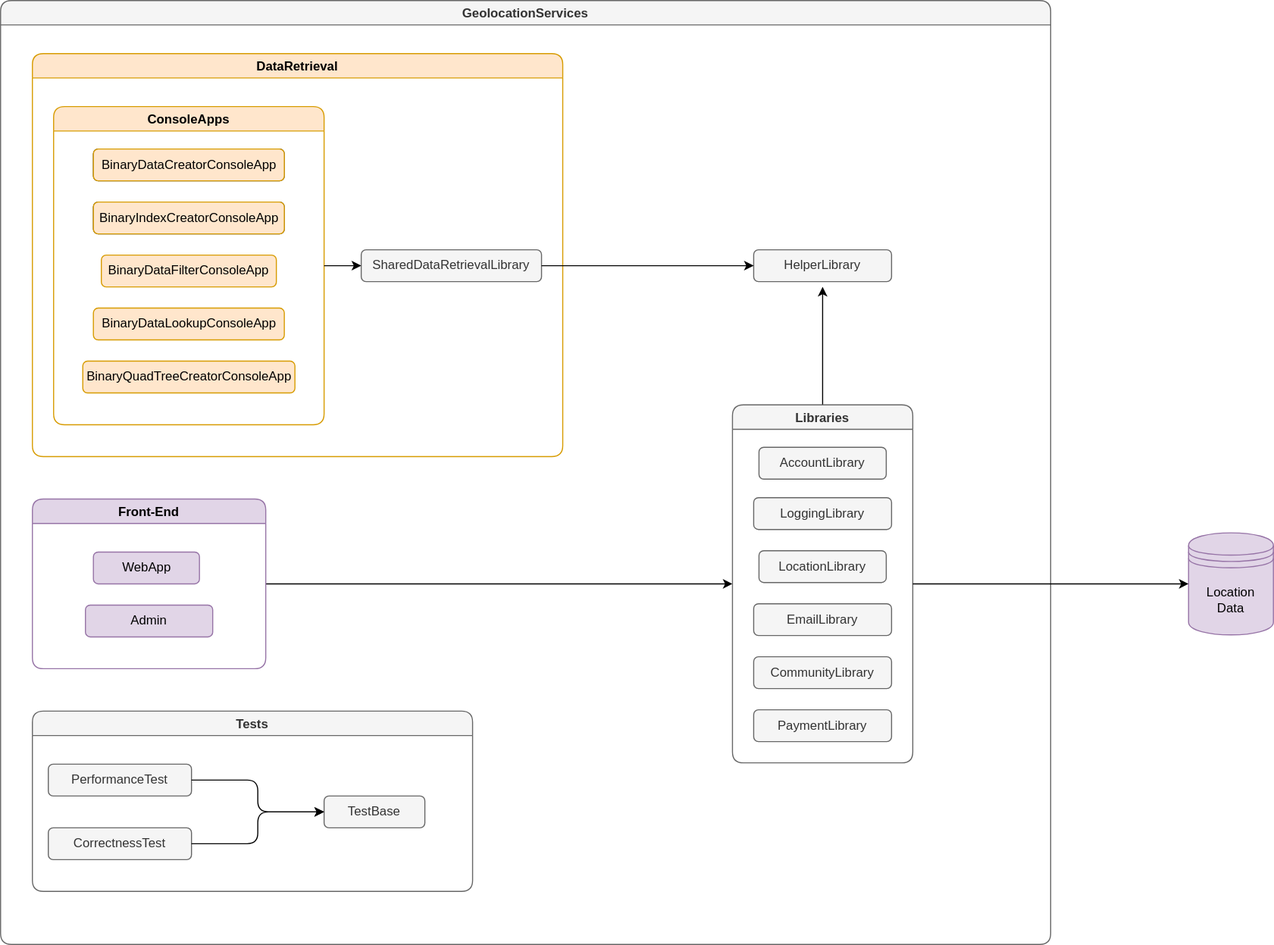
This is _images/architecture-component-diagram.drawio.svg from gartenkralle/geolocation-services-doc, a draw.io export, as it was before one commit. Source tidied: cells renumbered, new cells last; positions are measured from the earlier drawing's top-left corner, leaving out a move shared by most shapes.
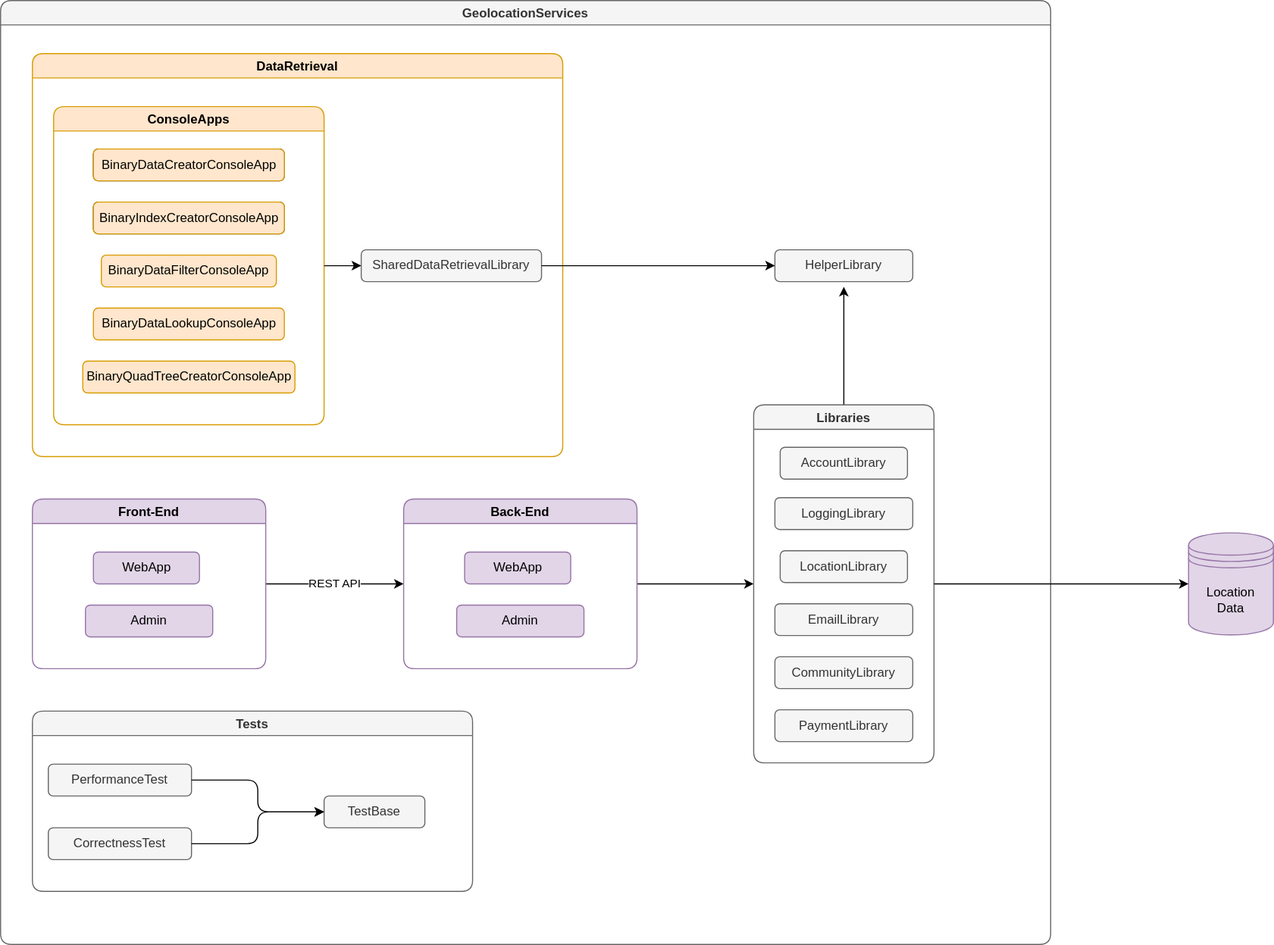
After the commit.

What changed in the source:
```diff
@@ -38,9 +38,12 @@
     <mxCell id="13" style="endArrow=classic;html=1;exitX=1;exitY=0.5;exitDx=0;exitDy=0;entryX=0;entryY=0.5;entryDx=0;entryDy=0;" parent="3" edge="1" source="4" target="12">
       <mxGeometry relative="1" as="geometry" />
     </mxCell>
-    <mxCell id="14" style="edgeStyle=orthogonalEdgeStyle;rounded=0;jettySize=auto;html=1;exitX=1;exitY=0.5;exitDx=0;exitDy=0;entryX=0;entryY=0.5;entryDx=0;entryDy=0;" parent="2" edge="1" source="15" target="25">
+    <mxCell id="14" style="edgeStyle=orthogonalEdgeStyle;rounded=0;jettySize=auto;html=1;entryX=0;entryY=0.5;entryDx=0;entryDy=0;exitX=1;exitY=0.5;exitDx=0;exitDy=0;" parent="2" edge="1" source="37" target="25">
       <mxGeometry relative="1" as="geometry" />
     </mxCell>
+    <mxCell id="36" value="REST API" style="edgeStyle=orthogonalEdgeStyle;rounded=0;jettySize=auto;html=1;exitX=1;exitY=0.5;exitDx=0;exitDy=0;entryX=0;entryY=0.5;entryDx=0;entryDy=0;" parent="2" edge="1" source="15" target="37">
+      <mxGeometry relative="1" as="geometry" />
+    </mxCell>
     <mxCell id="15" value="Front-End" style="swimlane;fillColor=#e1d5e7;strokeColor=#9673a6;rounded=1;" parent="2" vertex="1">
       <mxGeometry x="30" y="470" width="220" height="160" as="geometry" />
     </mxCell>
@@ -70,11 +73,11 @@
     </mxCell>
     <mxCell id="24" style="edgeStyle=orthogonalEdgeStyle;rounded=0;jettySize=auto;html=1;exitX=0.5;exitY=0;exitDx=0;exitDy=0;" parent="2" edge="1" source="25">
       <mxGeometry relative="1" as="geometry">
-        <mxPoint x="775" y="270" as="targetPoint" />
+        <mxPoint x="795" y="270" as="targetPoint" />
       </mxGeometry>
     </mxCell>
     <mxCell id="25" value="Libraries" style="swimlane;fillColor=#f5f5f5;strokeColor=#666666;rounded=1;fontColor=#333333;" parent="2" vertex="1">
-      <mxGeometry x="690" y="381.2" width="170" height="337.5" as="geometry" />
+      <mxGeometry x="710" y="381.2" width="170" height="337.5" as="geometry" />
     </mxCell>
     <mxCell id="26" value="AccountLibrary" style="whiteSpace=wrap;html=1;fillColor=#f5f5f5;strokeColor=#666666;rounded=1;fontColor=#333333;" parent="25" vertex="1">
       <mxGeometry x="25" y="40" width="120" height="30" as="geometry" />
@@ -95,11 +98,20 @@
       <mxGeometry x="20" y="287.5" width="130" height="30" as="geometry" />
     </mxCell>
     <mxCell id="32" value="HelperLibrary" style="whiteSpace=wrap;html=1;fillColor=#f5f5f5;strokeColor=#666666;rounded=1;fontColor=#333333;" parent="2" vertex="1">
-      <mxGeometry x="710" y="235" width="130" height="30" as="geometry" />
+      <mxGeometry x="730" y="235" width="130" height="30" as="geometry" />
     </mxCell>
     <mxCell id="33" style="edgeStyle=orthogonalEdgeStyle;rounded=0;jettySize=auto;html=1;exitX=1;exitY=0.5;exitDx=0;exitDy=0;" parent="2" edge="1" source="12" target="32">
       <mxGeometry relative="1" as="geometry" />
     </mxCell>
+    <mxCell id="37" value="Back-End" style="swimlane;fillColor=#e1d5e7;strokeColor=#9673a6;rounded=1;startSize=23;" parent="2" vertex="1">
+      <mxGeometry x="380" y="470" width="220" height="160" as="geometry" />
+    </mxCell>
+    <mxCell id="38" value="WebApp" style="whiteSpace=wrap;html=1;fillColor=#e1d5e7;strokeColor=#9673a6;rounded=1;" parent="37" vertex="1">
+      <mxGeometry x="57.5" y="50" width="100" height="30" as="geometry" />
+    </mxCell>
+    <mxCell id="39" value="Admin" style="whiteSpace=wrap;html=1;fillColor=#e1d5e7;strokeColor=#9673a6;rounded=1;" parent="37" vertex="1">
+      <mxGeometry x="50" y="100" width="120" height="30" as="geometry" />
+    </mxCell>
     <mxCell id="34" value="Location&lt;br&gt;Data" style="shape=datastore;whiteSpace=wrap;html=1;fillColor=#e1d5e7;strokeColor=#9673a6;" parent="1" vertex="1">
       <mxGeometry x="1120" y="501.9" width="80" height="96.2" as="geometry" />
     </mxCell>
```
